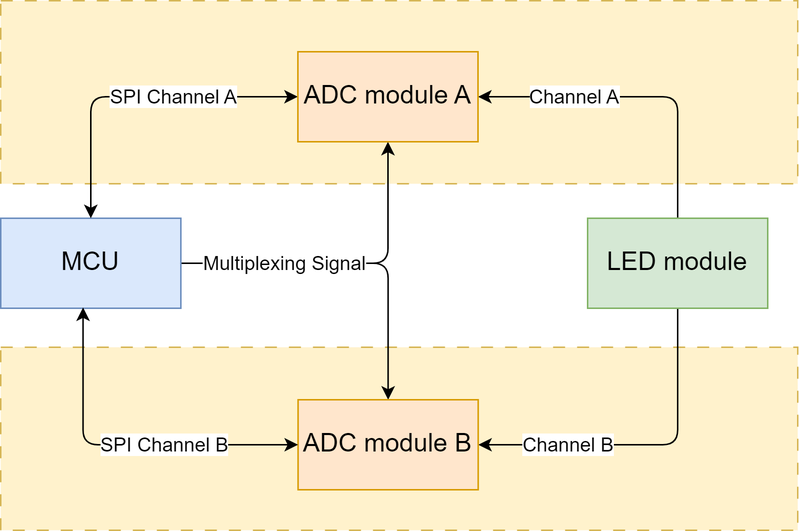
Earlier version of the draw.io export schematic/103-two-independent-channels-with-MCU.png (petrkucerak/diplom-thesis). Source tidied: cells renumbered, new cells last; positions are measured from the earlier drawing's top-left corner, leaving out a move shared by most shapes. The source it was exported from:
```xml
<mxGraphModel>
  <root>
    <mxCell id="0" />
    <mxCell id="1" parent="0" />
    <mxCell id="2" style="rounded=0;whiteSpace=wrap;html=1;fillColor=#fff2cc;dashed=1;dashPattern=8 8;strokeColor=#d6b656;" parent="1" vertex="1">
      <mxGeometry y="231" width="531" height="122" as="geometry" />
    </mxCell>
    <mxCell id="3" style="rounded=0;whiteSpace=wrap;html=1;fillColor=#fff2cc;dashed=1;dashPattern=8 8;strokeColor=#d6b656;" parent="1" vertex="1">
      <mxGeometry width="531" height="122" as="geometry" />
    </mxCell>
    <mxCell id="4" style="edgeStyle=orthogonalEdgeStyle;html=1;exitX=1;exitY=0.5;exitDx=0;exitDy=0;entryX=0.5;entryY=1;entryDx=0;entryDy=0;" parent="1" edge="1" source="7" target="15">
      <mxGeometry relative="1" as="geometry" />
    </mxCell>
    <mxCell id="5" style="edgeStyle=orthogonalEdgeStyle;html=1;exitX=1;exitY=0.5;exitDx=0;exitDy=0;entryX=0.5;entryY=0;entryDx=0;entryDy=0;" parent="1" edge="1" source="7" target="16">
      <mxGeometry relative="1" as="geometry" />
    </mxCell>
    <mxCell id="6" value="Multiplexing Signal" style="edgeLabel;html=1;align=center;verticalAlign=middle;fontSize=13;" parent="5" vertex="1">
      <mxGeometry x="0.2" y="1" relative="1" as="geometry">
        <mxPoint x="-68" y="1" as="offset" />
      </mxGeometry>
    </mxCell>
    <mxCell id="7" value="MCU" style="rounded=0;whiteSpace=wrap;html=1;fontSize=17;fillColor=#dae8fc;strokeColor=#6c8ebf;" parent="1" vertex="1">
      <mxGeometry y="145" width="120" height="60" as="geometry" />
    </mxCell>
    <mxCell id="8" style="edgeStyle=orthogonalEdgeStyle;html=1;exitX=0.5;exitY=1;exitDx=0;exitDy=0;entryX=1;entryY=0.5;entryDx=0;entryDy=0;" parent="1" edge="1" source="12" target="16">
      <mxGeometry relative="1" as="geometry" />
    </mxCell>
    <mxCell id="9" value="Channel B" style="edgeLabel;html=1;align=center;verticalAlign=middle;fontSize=13;" parent="8" vertex="1">
      <mxGeometry x="0.56" y="-2" relative="1" as="geometry">
        <mxPoint x="10" y="2" as="offset" />
      </mxGeometry>
    </mxCell>
    <mxCell id="10" style="edgeStyle=orthogonalEdgeStyle;html=1;exitX=0.5;exitY=0;exitDx=0;exitDy=0;entryX=1;entryY=0.5;entryDx=0;entryDy=0;" parent="1" edge="1" source="12" target="15">
      <mxGeometry relative="1" as="geometry" />
    </mxCell>
    <mxCell id="11" value="Channel A" style="edgeLabel;html=1;align=center;verticalAlign=middle;fontSize=13;" parent="10" vertex="1">
      <mxGeometry x="0.42" y="1" relative="1" as="geometry">
        <mxPoint x="2" y="-1" as="offset" />
      </mxGeometry>
    </mxCell>
    <mxCell id="12" value="LED module" style="rounded=0;whiteSpace=wrap;html=1;fontSize=17;fillColor=#d5e8d4;strokeColor=#82b366;" parent="1" vertex="1">
      <mxGeometry x="391" y="145" width="120" height="60" as="geometry" />
    </mxCell>
    <mxCell id="13" style="edgeStyle=orthogonalEdgeStyle;html=1;exitX=0;exitY=0.5;exitDx=0;exitDy=0;entryX=0.5;entryY=0;entryDx=0;entryDy=0;startArrow=classic;startFill=1;" parent="1" edge="1" source="15" target="7">
      <mxGeometry relative="1" as="geometry" />
    </mxCell>
    <mxCell id="14" value="SPI Channel A" style="edgeLabel;html=1;align=center;verticalAlign=middle;fontSize=13;" parent="13" vertex="1">
      <mxGeometry x="-0.17" y="-2" relative="1" as="geometry">
        <mxPoint x="8" y="2" as="offset" />
      </mxGeometry>
    </mxCell>
    <mxCell id="15" value="ADC module A" style="rounded=0;whiteSpace=wrap;html=1;fontSize=17;fillColor=#ffe6cc;strokeColor=#d79b00;" parent="1" vertex="1">
      <mxGeometry x="198" y="34" width="120" height="60" as="geometry" />
    </mxCell>
    <mxCell id="16" value="ADC module B" style="rounded=0;whiteSpace=wrap;html=1;fontSize=17;fillColor=#ffe6cc;strokeColor=#d79b00;" parent="1" vertex="1">
      <mxGeometry x="198.1" y="266" width="120" height="60" as="geometry" />
    </mxCell>
    <mxCell id="17" style="edgeStyle=orthogonalEdgeStyle;html=1;exitX=0;exitY=0.5;exitDx=0;exitDy=0;entryX=0.457;entryY=0.991;entryDx=0;entryDy=0;entryPerimeter=0;startArrow=classic;startFill=1;" parent="1" edge="1" source="16" target="7">
      <mxGeometry relative="1" as="geometry" />
    </mxCell>
    <mxCell id="18" value="SPI Channel B" style="edgeLabel;html=1;align=center;verticalAlign=middle;fontSize=13;" parent="17" vertex="1">
      <mxGeometry x="0.01" y="1" relative="1" as="geometry">
        <mxPoint x="30" y="-1" as="offset" />
      </mxGeometry>
    </mxCell>
  </root>
</mxGraphModel>
```
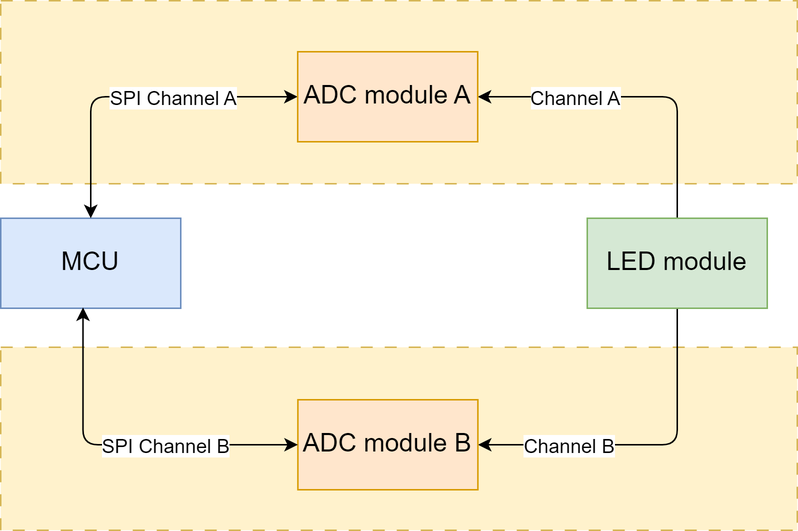
Later version of the same file.

What changed in the source:
```diff
@@ -8,17 +8,6 @@
     <mxCell id="3" style="rounded=0;whiteSpace=wrap;html=1;fillColor=#fff2cc;dashed=1;dashPattern=8 8;strokeColor=#d6b656;" parent="1" vertex="1">
       <mxGeometry width="531" height="122" as="geometry" />
     </mxCell>
-    <mxCell id="4" style="edgeStyle=orthogonalEdgeStyle;html=1;exitX=1;exitY=0.5;exitDx=0;exitDy=0;entryX=0.5;entryY=1;entryDx=0;entryDy=0;" parent="1" edge="1" source="7" target="15">
-      <mxGeometry relative="1" as="geometry" />
-    </mxCell>
-    <mxCell id="5" style="edgeStyle=orthogonalEdgeStyle;html=1;exitX=1;exitY=0.5;exitDx=0;exitDy=0;entryX=0.5;entryY=0;entryDx=0;entryDy=0;" parent="1" edge="1" source="7" target="16">
-      <mxGeometry relative="1" as="geometry" />
-    </mxCell>
-    <mxCell id="6" value="Multiplexing Signal" style="edgeLabel;html=1;align=center;verticalAlign=middle;fontSize=13;" parent="5" vertex="1">
-      <mxGeometry x="0.2" y="1" relative="1" as="geometry">
-        <mxPoint x="-68" y="1" as="offset" />
-      </mxGeometry>
-    </mxCell>
     <mxCell id="7" value="MCU" style="rounded=0;whiteSpace=wrap;html=1;fontSize=17;fillColor=#dae8fc;strokeColor=#6c8ebf;" parent="1" vertex="1">
       <mxGeometry y="145" width="120" height="60" as="geometry" />
     </mxCell>
```
